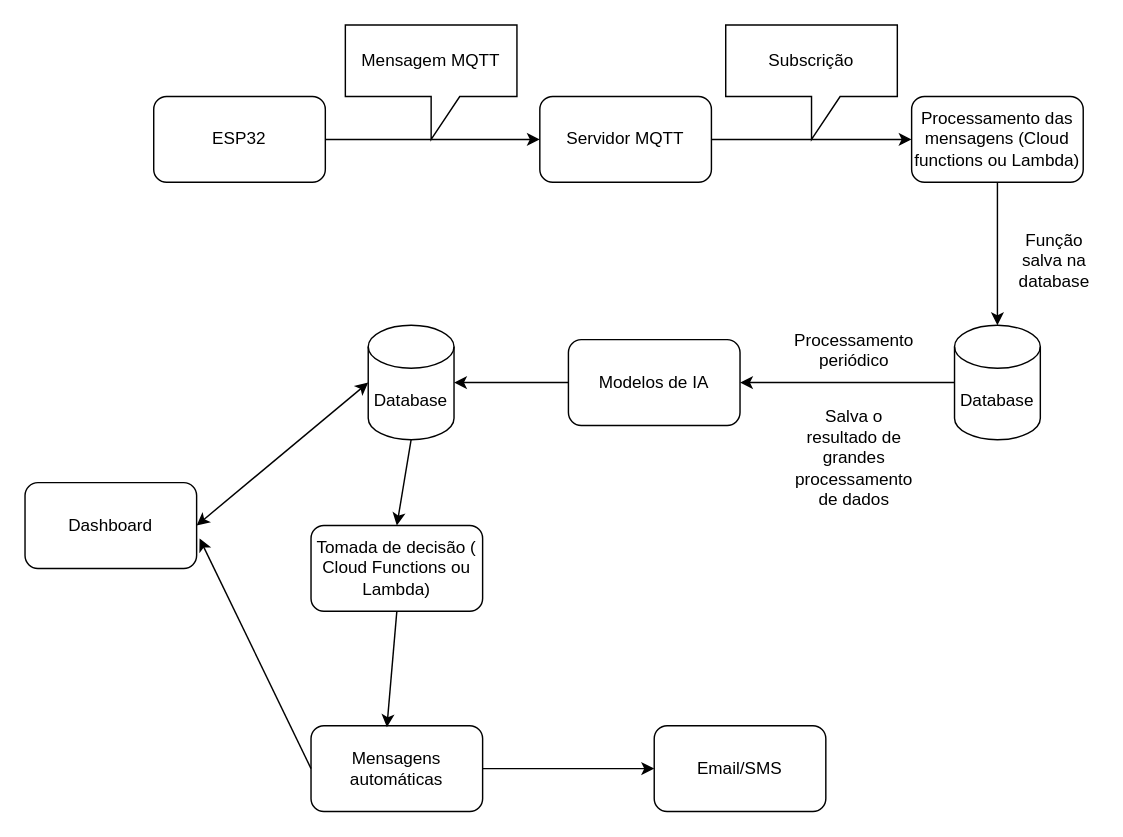
Above: assets/diagrama2.drawio in Hinten/fiap_sprint1_reply (draw.io), before the change. Source tidied: cells renumbered, new cells numbered last; positions are measured from the earlier drawing's top-left corner, leaving out a move shared by most shapes. Both pictures are drawn from the tidied source at 143%, with x=0, y=0 at pixel (24, 24).
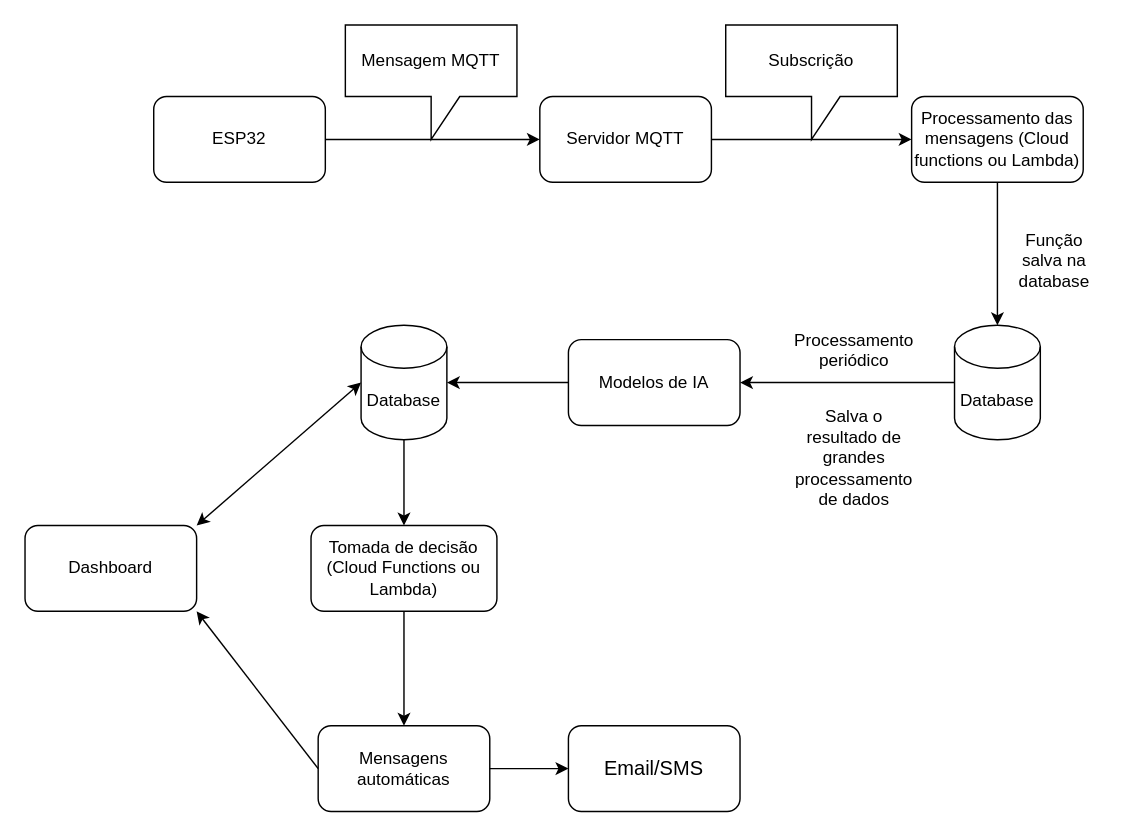
The same diagram, later.

Commit message (it also covers changes not shown here):
Ajuste da imagem

Diff of the diagram source:
```diff
@@
     <mxCell id="15" value="&lt;div&gt;Mensagens automáticas&lt;/div&gt;" style="rounded=1;whiteSpace=wrap;html=1;" parent="1" vertex="1">
-      <mxGeometry x="200" y="490" width="120" height="60" as="geometry" />
+      <mxGeometry x="205" y="490" width="120" height="60" as="geometry" />
     </mxCell>
@@
     <mxCell id="17" value="&lt;div&gt;Database&lt;/div&gt;" style="shape=cylinder3;whiteSpace=wrap;html=1;boundedLbl=1;backgroundOutline=1;size=15;" parent="1" vertex="1">
-      <mxGeometry x="240" y="210" width="60" height="80" as="geometry" />
+      <mxGeometry x="235" y="210" width="60" height="80" as="geometry" />
     </mxCell>
@@
     <mxCell id="19" value="&lt;div&gt;Dashboard&lt;/div&gt;" style="rounded=1;whiteSpace=wrap;html=1;" parent="1" vertex="1">
-      <mxGeometry y="320" width="120" height="60" as="geometry" />
+      <mxGeometry y="350" width="120" height="60" as="geometry" />
     </mxCell>
-    <mxCell id="20" style="endArrow=classic;html=1;rounded=0;exitX=0;exitY=0.5;exitDx=0;exitDy=0;entryX=1.017;entryY=0.65;entryDx=0;entryDy=0;entryPerimeter=0;" parent="1" edge="1" source="15" target="19">
+    <mxCell id="20" style="endArrow=classic;html=1;rounded=0;exitX=0;exitY=0.5;exitDx=0;exitDy=0;entryX=1;entryY=1;entryDx=0;entryDy=0;" parent="1" edge="1" source="15" target="19">
       <mxGeometry relative="1" as="geometry" />
     </mxCell>
-    <mxCell id="21" value="Email/SMS" style="rounded=1;whiteSpace=wrap;html=1;" parent="1" vertex="1">
-      <mxGeometry x="440" y="490" width="120" height="60" as="geometry" />
+    <mxCell id="21" value="&lt;font style=&quot;font-size: 14px;&quot;&gt;Email/SMS&lt;/font&gt;" style="rounded=1;whiteSpace=wrap;html=1;" parent="1" vertex="1">
+      <mxGeometry x="380" y="490" width="120" height="60" as="geometry" />
     </mxCell>
-    <mxCell id="22" value="&lt;div&gt;Tomada de decisão (&lt;/div&gt;&lt;div&gt;Cloud Functions ou Lambda)&lt;/div&gt;" style="rounded=1;whiteSpace=wrap;html=1;" parent="1" vertex="1">
-      <mxGeometry x="200" y="350" width="120" height="60" as="geometry" />
+    <mxCell id="22" value="&lt;div&gt;Tomada de decisão&lt;/div&gt;&lt;div&gt;(&lt;span style=&quot;background-color: initial;&quot;&gt;Cloud Functions ou Lambda)&lt;/span&gt;&lt;/div&gt;" style="rounded=1;whiteSpace=wrap;html=1;" parent="1" vertex="1">
+      <mxGeometry x="200" y="350" width="130" height="60" as="geometry" />
     </mxCell>
@@
-    <mxCell id="24" style="endArrow=classic;html=1;rounded=0;exitX=0.5;exitY=1;exitDx=0;exitDy=0;entryX=0.442;entryY=0.017;entryDx=0;entryDy=0;entryPerimeter=0;" parent="1" edge="1" source="22" target="15">
+    <mxCell id="24" style="endArrow=classic;html=1;rounded=0;exitX=0.5;exitY=1;exitDx=0;exitDy=0;entryX=0.5;entryY=0;entryDx=0;entryDy=0;" parent="1" edge="1" source="22" target="15">
       <mxGeometry relative="1" as="geometry" />
     </mxCell>
@@
-    <mxCell id="26" style="endArrow=classic;startArrow=classic;html=1;rounded=0;exitX=1;exitY=0.5;exitDx=0;exitDy=0;entryX=0;entryY=0.5;entryDx=0;entryDy=0;entryPerimeter=0;" parent="1" edge="1" source="19" target="17">
+    <mxCell id="26" style="endArrow=classic;startArrow=classic;html=1;rounded=0;exitX=1;exitY=0;exitDx=0;exitDy=0;entryX=0;entryY=0.5;entryDx=0;entryDy=0;entryPerimeter=0;" parent="1" edge="1" source="19" target="17">
       <mxGeometry relative="1" as="geometry" />
     </mxCell>
```
